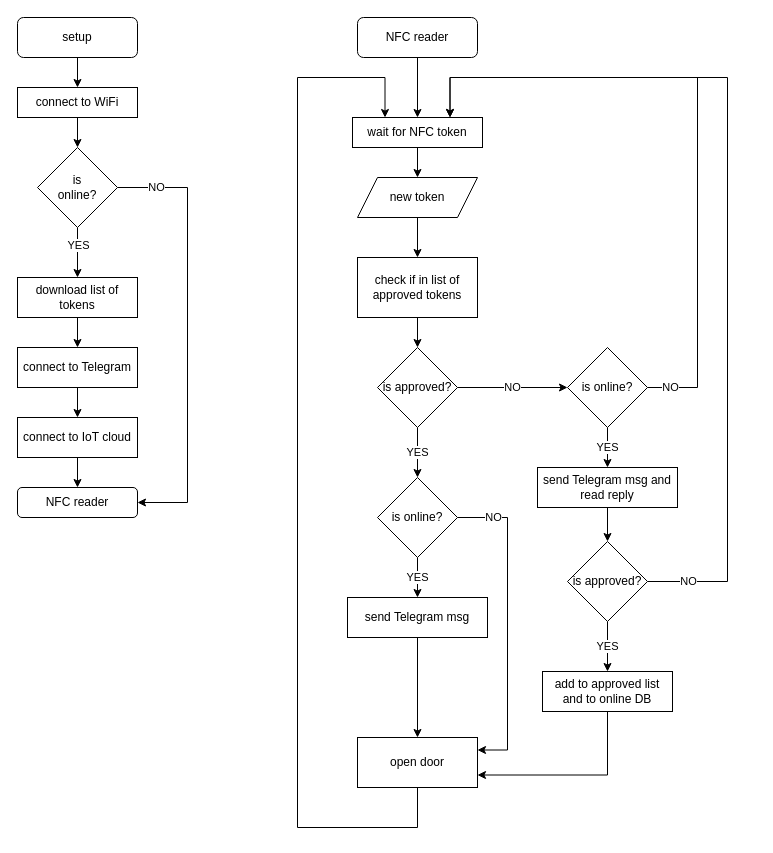
The draw.io diagram docs/flowchart.drawio in FablabTorino/door-opener, before the edit. Source tidied: cells renumbered, new cells numbered last; positions are measured from the earlier drawing's top-left corner, leaving out a move shared by most shapes. Both pictures are drawn from the tidied source at 100%, with x=0, y=0 at pixel (17, 17).
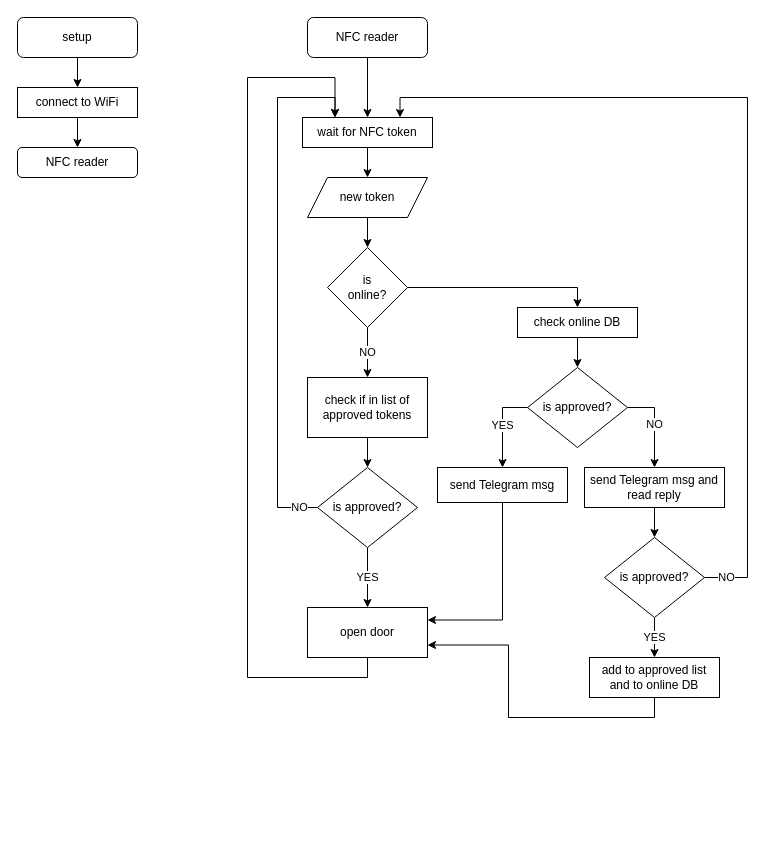
Above is the later version.

Unchanged cells that the change refers to:
```xml
<mxCell id="4" value="&lt;div&gt;connect to WiFi&lt;/div&gt;" style="rounded=0;whiteSpace=wrap;html=1;" parent="1" vertex="1">
  <mxGeometry y="70" width="120" height="30" as="geometry" />
</mxCell>
```

What changed in the source:
```diff
@@
-    <mxCell id="3" style="edgeStyle=orthogonalEdgeStyle;rounded=0;jettySize=auto;html=1;" parent="1" edge="1" source="4" target="8">
+    <mxCell id="3" style="edgeStyle=orthogonalEdgeStyle;rounded=0;jettySize=auto;html=1;entryX=0.5;entryY=0;entryDx=0;entryDy=0;" parent="1" edge="1" source="4" target="10">
       <mxGeometry relative="1" as="geometry" />
     </mxCell>
@@
-    <mxCell id="5" style="edgeStyle=orthogonalEdgeStyle;rounded=0;jettySize=auto;html=1;" parent="1" edge="1" source="8" target="12">
-      <mxGeometry relative="1" as="geometry" />
-    </mxCell>
-    <mxCell id="6" value="YES" style="edgeLabel;html=1;align=center;verticalAlign=middle;" parent="5" vertex="1">
-      <mxGeometry x="-0.31" relative="1" as="geometry" />
-    </mxCell>
-    <mxCell id="7" value="NO" style="edgeStyle=orthogonalEdgeStyle;rounded=0;jettySize=auto;html=1;exitX=1;exitY=0.5;exitDx=0;exitDy=0;entryX=1;entryY=0.5;entryDx=0;entryDy=0;" parent="1" edge="1" source="8" target="10">
-      <mxGeometry x="-0.82" relative="1" as="geometry">
-        <Array as="points">
-          <mxPoint x="170" y="170" />
-          <mxPoint x="170" y="485" />
-        </Array>
-      </mxGeometry>
-    </mxCell>
-    <mxCell id="8" value="&lt;div&gt;is&lt;/div&gt;&lt;div&gt;online?&lt;br&gt;&lt;/div&gt;" style="rhombus;whiteSpace=wrap;html=1;" parent="1" vertex="1">
-      <mxGeometry x="20" y="130" width="80" height="80" as="geometry" />
-    </mxCell>
@@
     <mxCell id="10" value="NFC reader" style="rounded=1;whiteSpace=wrap;html=1;" parent="1" vertex="1">
-      <mxGeometry y="470" width="120" height="30" as="geometry" />
+      <mxGeometry y="130" width="120" height="30" as="geometry" />
     </mxCell>
-    <mxCell id="11" style="edgeStyle=orthogonalEdgeStyle;rounded=0;jettySize=auto;html=1;" parent="1" edge="1" source="12" target="14">
-      <mxGeometry relative="1" as="geometry" />
-    </mxCell>
-    <mxCell id="12" value="download list of tokens" style="whiteSpace=wrap;html=1;" parent="1" vertex="1">
-      <mxGeometry y="260" width="120" height="40" as="geometry" />
-    </mxCell>
-    <mxCell id="13" style="edgeStyle=orthogonalEdgeStyle;rounded=0;jettySize=auto;html=1;" parent="1" edge="1" source="14" target="16">
-      <mxGeometry relative="1" as="geometry" />
-    </mxCell>
-    <mxCell id="14" value="&lt;div&gt;connect to Telegram&lt;/div&gt;" style="whiteSpace=wrap;html=1;" parent="1" vertex="1">
-      <mxGeometry y="330" width="120" height="40" as="geometry" />
-    </mxCell>
-    <mxCell id="15" style="edgeStyle=orthogonalEdgeStyle;rounded=0;jettySize=auto;html=1;" parent="1" edge="1" source="16" target="10">
-      <mxGeometry relative="1" as="geometry" />
-    </mxCell>
-    <mxCell id="16" value="connect to IoT cloud" style="whiteSpace=wrap;html=1;" parent="1" vertex="1">
-      <mxGeometry y="400" width="120" height="40" as="geometry" />
-    </mxCell>
@@
     <mxCell id="18" value="&lt;div&gt;NFC reader&lt;/div&gt;" style="whiteSpace=wrap;html=1;rounded=1;" parent="1" vertex="1">
-      <mxGeometry x="340" width="120" height="40" as="geometry" />
+      <mxGeometry x="290" width="120" height="40" as="geometry" />
     </mxCell>
@@
     <mxCell id="20" value="wait for NFC token" style="whiteSpace=wrap;html=1;rounded=0;" parent="1" vertex="1">
-      <mxGeometry x="335" y="100" width="130" height="30" as="geometry" />
+      <mxGeometry x="285" y="100" width="130" height="30" as="geometry" />
     </mxCell>
-    <mxCell id="21" style="edgeStyle=orthogonalEdgeStyle;rounded=0;jettySize=auto;html=1;" parent="1" edge="1" source="22" target="24">
-      <mxGeometry relative="1" as="geometry" />
-    </mxCell>
+    <mxCell id="45" style="edgeStyle=orthogonalEdgeStyle;rounded=0;jettySize=auto;html=1;exitX=0.5;exitY=1;exitDx=0;exitDy=0;entryX=0.5;entryY=0;entryDx=0;entryDy=0;" parent="1" edge="1" source="22" target="8">
+      <mxGeometry relative="1" as="geometry" />
+    </mxCell>
     <mxCell id="22" value="new token" style="shape=parallelogram;perimeter=parallelogramPerimeter;whiteSpace=wrap;html=1;fixedSize=1;rounded=0;" parent="1" vertex="1">
-      <mxGeometry x="340" y="160" width="120" height="40" as="geometry" />
+      <mxGeometry x="290" y="160" width="120" height="40" as="geometry" />
     </mxCell>
@@
     <mxCell id="24" value="check if in list of approved tokens" style="whiteSpace=wrap;html=1;rounded=0;" parent="1" vertex="1">
-      <mxGeometry x="340" y="240" width="120" height="60" as="geometry" />
+      <mxGeometry x="290" y="360" width="120" height="60" as="geometry" />
     </mxCell>
-    <mxCell id="25" value="NO" style="edgeStyle=orthogonalEdgeStyle;rounded=0;jettySize=auto;html=1;" parent="1" edge="1" source="27" target="30">
-      <mxGeometry relative="1" as="geometry" />
-    </mxCell>
-    <mxCell id="26" value="YES" style="edgeStyle=orthogonalEdgeStyle;rounded=0;jettySize=auto;html=1;" parent="1" edge="1" source="27" target="33">
+    <mxCell id="26" value="YES" style="edgeStyle=orthogonalEdgeStyle;rounded=0;jettySize=auto;html=1;entryX=0.5;entryY=0;entryDx=0;entryDy=0;" parent="1" edge="1" source="27" target="44">
       <mxGeometry relative="1" as="geometry" />
     </mxCell>
+    <mxCell id="46" value="NO" style="edgeStyle=orthogonalEdgeStyle;rounded=0;jettySize=auto;html=1;exitX=0;exitY=0.5;exitDx=0;exitDy=0;entryX=0.25;entryY=0;entryDx=0;entryDy=0;" parent="1" edge="1" source="27" target="20">
+      <mxGeometry x="-0.93" relative="1" as="geometry">
+        <Array as="points">
+          <mxPoint x="260" y="490" />
+          <mxPoint x="260" y="80" />
+          <mxPoint x="318" y="80" />
+        </Array>
+      </mxGeometry>
+    </mxCell>
     <mxCell id="27" value="is approved?" style="rhombus;whiteSpace=wrap;html=1;rounded=0;" parent="1" vertex="1">
-      <mxGeometry x="360" y="330" width="80" height="80" as="geometry" />
+      <mxGeometry x="300" y="450" width="100" height="80" as="geometry" />
     </mxCell>
-    <mxCell id="28" value="NO" style="edgeStyle=orthogonalEdgeStyle;rounded=0;jettySize=auto;html=1;exitX=1;exitY=0.5;exitDx=0;exitDy=0;entryX=0.75;entryY=0;entryDx=0;entryDy=0;" parent="1" edge="1" source="30" target="20">
-      <mxGeometry x="-0.93" relative="1" as="geometry">
-        <Array as="points">
-          <mxPoint x="680" y="370" />
-          <mxPoint x="680" y="60" />
-          <mxPoint x="433" y="60" />
-        </Array>
-      </mxGeometry>
-    </mxCell>
-    <mxCell id="29" value="YES" style="edgeStyle=orthogonalEdgeStyle;rounded=0;jettySize=auto;html=1;" parent="1" edge="1" source="30" target="35">
-      <mxGeometry relative="1" as="geometry" />
-    </mxCell>
-    <mxCell id="30" value="is online?" style="rhombus;whiteSpace=wrap;html=1;rounded=0;" parent="1" vertex="1">
-      <mxGeometry x="550" y="330" width="80" height="80" as="geometry" />
-    </mxCell>
-    <mxCell id="31" value="YES" style="edgeStyle=orthogonalEdgeStyle;rounded=0;jettySize=auto;html=1;" parent="1" edge="1" source="33" target="42">
-      <mxGeometry relative="1" as="geometry" />
-    </mxCell>
-    <mxCell id="32" value="NO" style="edgeStyle=orthogonalEdgeStyle;rounded=0;jettySize=auto;html=1;exitX=1;exitY=0.5;exitDx=0;exitDy=0;entryX=1;entryY=0.25;entryDx=0;entryDy=0;" parent="1" edge="1" source="33" target="44">
-      <mxGeometry x="-0.77" relative="1" as="geometry">
-        <Array as="points">
-          <mxPoint x="490" y="500" />
-          <mxPoint x="490" y="733" />
-        </Array>
-      </mxGeometry>
-    </mxCell>
-    <mxCell id="33" value="is online?" style="rhombus;whiteSpace=wrap;html=1;rounded=0;" parent="1" vertex="1">
-      <mxGeometry x="360" y="460" width="80" height="80" as="geometry" />
-    </mxCell>
-    <mxCell id="34" style="edgeStyle=orthogonalEdgeStyle;rounded=0;jettySize=auto;html=1;" parent="1" edge="1" source="35" target="38">
-      <mxGeometry relative="1" as="geometry" />
-    </mxCell>
+    <mxCell id="47" style="edgeStyle=orthogonalEdgeStyle;rounded=0;jettySize=auto;html=1;exitX=0.5;exitY=1;exitDx=0;exitDy=0;entryX=0.5;entryY=0;entryDx=0;entryDy=0;" parent="1" edge="1" source="35" target="56">
+      <mxGeometry relative="1" as="geometry" />
+    </mxCell>
     <mxCell id="35" value="send Telegram msg and read reply" style="whiteSpace=wrap;html=1;rounded=0;" parent="1" vertex="1">
-      <mxGeometry x="520" y="450" width="140" height="40" as="geometry" />
+      <mxGeometry x="567" y="450" width="140" height="40" as="geometry" />
     </mxCell>
-    <mxCell id="36" value="NO" style="edgeStyle=orthogonalEdgeStyle;rounded=0;jettySize=auto;html=1;exitX=1;exitY=0.5;exitDx=0;exitDy=0;entryX=0.75;entryY=0;entryDx=0;entryDy=0;" parent="1" edge="1" source="38" target="20">
-      <mxGeometry x="-0.91" relative="1" as="geometry">
-        <Array as="points">
-          <mxPoint x="710" y="564" />
-          <mxPoint x="710" y="60" />
-          <mxPoint x="433" y="60" />
-        </Array>
-      </mxGeometry>
-    </mxCell>
-    <mxCell id="37" value="YES" style="edgeStyle=orthogonalEdgeStyle;rounded=0;jettySize=auto;html=1;" parent="1" edge="1" source="38" target="40">
-      <mxGeometry relative="1" as="geometry" />
-    </mxCell>
+    <mxCell id="48" value="YES" style="edgeStyle=orthogonalEdgeStyle;rounded=0;jettySize=auto;html=1;exitX=0;exitY=0.5;exitDx=0;exitDy=0;entryX=0.5;entryY=0;entryDx=0;entryDy=0;" parent="1" edge="1" source="38" target="42">
+      <mxGeometry relative="1" as="geometry" />
+    </mxCell>
+    <mxCell id="49" value="NO" style="edgeStyle=orthogonalEdgeStyle;rounded=0;jettySize=auto;html=1;exitX=1;exitY=0.5;exitDx=0;exitDy=0;" parent="1" edge="1" source="38" target="35">
+      <mxGeometry relative="1" as="geometry" />
+    </mxCell>
     <mxCell id="38" value="is approved?" style="rhombus;whiteSpace=wrap;html=1;rounded=0;" parent="1" vertex="1">
-      <mxGeometry x="550" y="524" width="80" height="80" as="geometry" />
+      <mxGeometry x="510" y="350" width="100" height="80" as="geometry" />
     </mxCell>
@@
     <mxCell id="40" value="&lt;div&gt;add to approved list and to online DB&lt;/div&gt;" style="whiteSpace=wrap;html=1;rounded=0;" parent="1" vertex="1">
-      <mxGeometry x="525" y="654" width="130" height="40" as="geometry" />
+      <mxGeometry x="572" y="640" width="130" height="40" as="geometry" />
     </mxCell>
+    <mxCell id="43" style="edgeStyle=orthogonalEdgeStyle;rounded=0;jettySize=auto;html=1;exitX=0.5;exitY=1;exitDx=0;exitDy=0;entryX=0.25;entryY=0;entryDx=0;entryDy=0;" parent="1" edge="1" source="44" target="20">
+      <mxGeometry relative="1" as="geometry">
+        <Array as="points">
+          <mxPoint x="350" y="660" />
+          <mxPoint x="230" y="660" />
+          <mxPoint x="230" y="60" />
+          <mxPoint x="318" y="60" />
+        </Array>
+      </mxGeometry>
+    </mxCell>
+    <mxCell id="44" value="open door" style="whiteSpace=wrap;html=1;rounded=0;" parent="1" vertex="1">
+      <mxGeometry x="290" y="590" width="120" height="50" as="geometry" />
+    </mxCell>
+    <mxCell id="50" value="NO" style="edgeStyle=orthogonalEdgeStyle;rounded=0;jettySize=auto;html=1;exitX=0.5;exitY=1;exitDx=0;exitDy=0;entryX=0.5;entryY=0;entryDx=0;entryDy=0;" parent="1" edge="1" source="8" target="24">
+      <mxGeometry relative="1" as="geometry" />
+    </mxCell>
+    <mxCell id="51" style="edgeStyle=orthogonalEdgeStyle;rounded=0;jettySize=auto;html=1;exitX=1;exitY=0.5;exitDx=0;exitDy=0;entryX=0.5;entryY=0;entryDx=0;entryDy=0;" parent="1" edge="1" source="8" target="53">
+      <mxGeometry relative="1" as="geometry" />
+    </mxCell>
+    <mxCell id="8" value="&lt;div&gt;is&lt;/div&gt;&lt;div&gt;online?&lt;br&gt;&lt;/div&gt;" style="rhombus;whiteSpace=wrap;html=1;" parent="1" vertex="1">
+      <mxGeometry x="310" y="230" width="80" height="80" as="geometry" />
+    </mxCell>
+    <mxCell id="52" style="edgeStyle=orthogonalEdgeStyle;rounded=0;jettySize=auto;html=1;exitX=0.5;exitY=1;exitDx=0;exitDy=0;entryX=0.5;entryY=0;entryDx=0;entryDy=0;" parent="1" edge="1" source="53" target="38">
+      <mxGeometry relative="1" as="geometry" />
+    </mxCell>
+    <mxCell id="53" value="check online DB" style="rounded=0;whiteSpace=wrap;html=1;" parent="1" vertex="1">
+      <mxGeometry x="500" y="290" width="120" height="30" as="geometry" />
+    </mxCell>
-    <mxCell id="41" style="edgeStyle=orthogonalEdgeStyle;rounded=0;jettySize=auto;html=1;exitX=0.5;exitY=1;exitDx=0;exitDy=0;entryX=0.5;entryY=0;entryDx=0;entryDy=0;" parent="1" edge="1" source="42" target="44">
+    <mxCell id="41" style="edgeStyle=orthogonalEdgeStyle;rounded=0;jettySize=auto;html=1;exitX=0.5;exitY=1;exitDx=0;exitDy=0;entryX=1;entryY=0.25;entryDx=0;entryDy=0;" parent="1" edge="1" source="42" target="44">
       <mxGeometry relative="1" as="geometry" />
     </mxCell>
-    <mxCell id="42" value="send Telegram msg" style="whiteSpace=wrap;html=1;rounded=0;" parent="1" vertex="1">
-      <mxGeometry x="330" y="580" width="140" height="40" as="geometry" />
+    <mxCell id="42" value="send Telegram msg" style="rounded=0;whiteSpace=wrap;html=1;" parent="1" vertex="1">
+      <mxGeometry x="420" y="450" width="130" height="35" as="geometry" />
     </mxCell>
-    <mxCell id="43" style="edgeStyle=orthogonalEdgeStyle;rounded=0;jettySize=auto;html=1;exitX=0.5;exitY=1;exitDx=0;exitDy=0;entryX=0.25;entryY=0;entryDx=0;entryDy=0;" parent="1" edge="1" source="44" target="20">
-      <mxGeometry relative="1" as="geometry">
-        <Array as="points">
-          <mxPoint x="400" y="810" />
-          <mxPoint x="280" y="810" />
-          <mxPoint x="280" y="60" />
-          <mxPoint x="368" y="60" />
-        </Array>
-      </mxGeometry>
-    </mxCell>
-    <mxCell id="44" value="open door" style="whiteSpace=wrap;html=1;rounded=0;" parent="1" vertex="1">
-      <mxGeometry x="340" y="720" width="120" height="50" as="geometry" />
-    </mxCell>
+    <mxCell id="54" value="YES" style="edgeStyle=orthogonalEdgeStyle;rounded=0;jettySize=auto;html=1;exitX=0.5;exitY=1;exitDx=0;exitDy=0;entryX=0.5;entryY=0;entryDx=0;entryDy=0;" parent="1" edge="1" source="56" target="40">
+      <mxGeometry relative="1" as="geometry" />
+    </mxCell>
+    <mxCell id="55" value="NO" style="edgeStyle=orthogonalEdgeStyle;rounded=0;jettySize=auto;html=1;exitX=1;exitY=0.5;exitDx=0;exitDy=0;entryX=0.75;entryY=0;entryDx=0;entryDy=0;" parent="1" edge="1" source="56" target="20">
+      <mxGeometry x="-0.95" relative="1" as="geometry">
+        <Array as="points">
+          <mxPoint x="730" y="560" />
+          <mxPoint x="730" y="80" />
+          <mxPoint x="383" y="80" />
+        </Array>
+      </mxGeometry>
+    </mxCell>
+    <mxCell id="56" value="is approved?" style="rhombus;whiteSpace=wrap;html=1;rounded=0;" parent="1" vertex="1">
+      <mxGeometry x="587" y="520" width="100" height="80" as="geometry" />
+    </mxCell>
```
